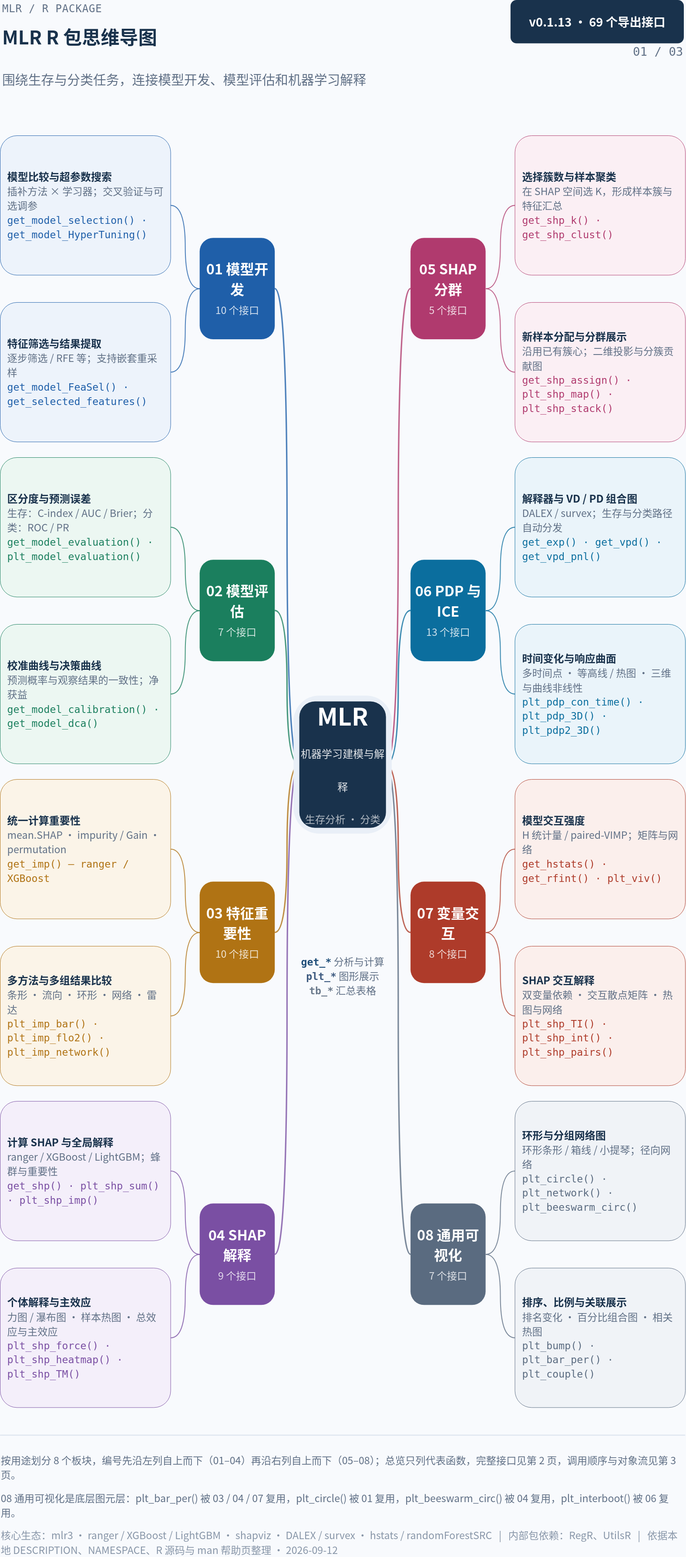
The draw.io diagram assets/module-maps/mlr/mlr-package-mindmap-p1.drawio.svg in HUI950319/Rnotes, before a commit. Source tidied: cells renumbered, new cells last; positions are measured from the earlier drawing's top-left corner, leaving out a move shared by most shapes.
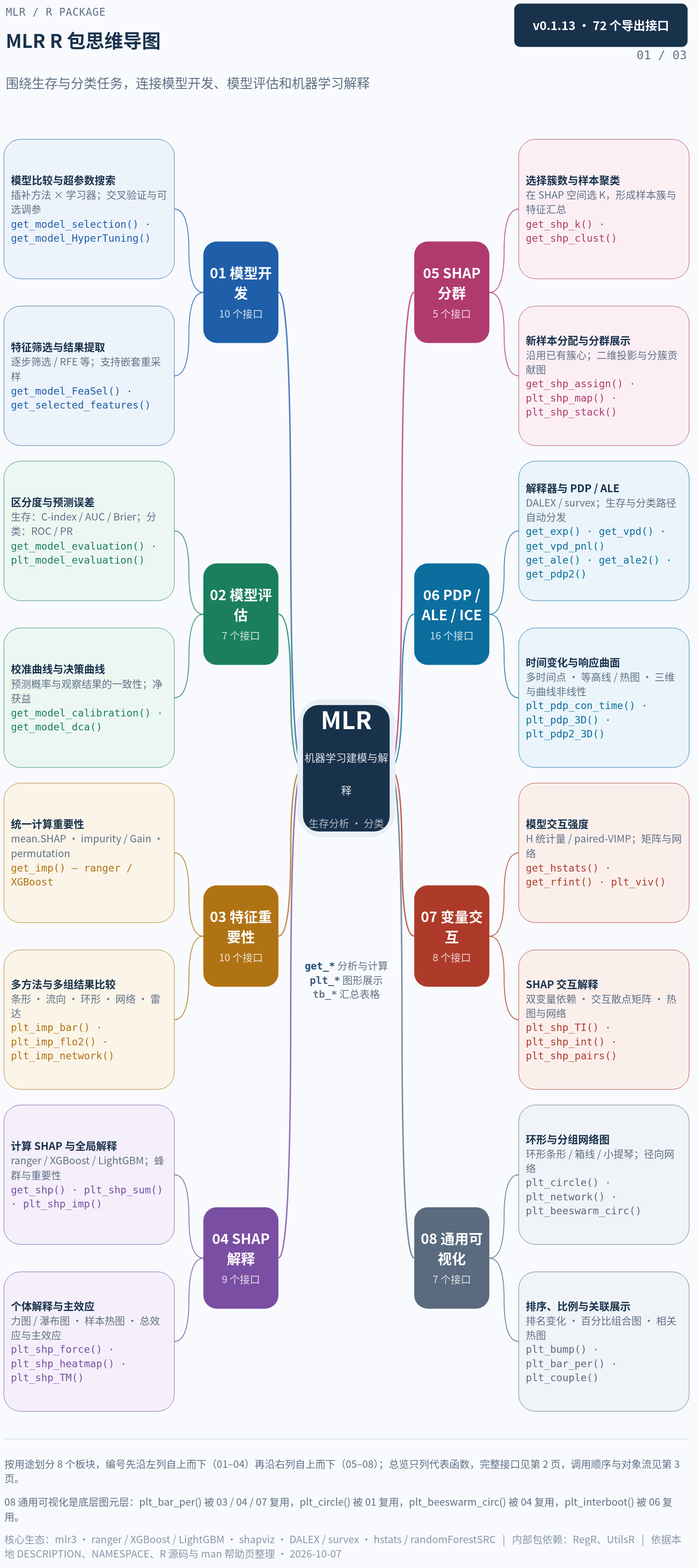
The same file after the commit.

Change to the diagram source:
```diff
@@ -11,7 +11,7 @@
     <mxCell id="4" value="&lt;div style=&quot;overflow-wrap:anywhere;text-align:left;line-height:1.35;&quot;&gt;&lt;span style=&quot;font-family:'Microsoft YaHei','PingFang SC','Hiragino Sans GB','Noto Sans CJK SC',sans-serif;font-size:36px;color:#607086;font-weight:400&quot;&gt;围绕生存与分类任务，连接模型开发、模型评估和机器学习解释&lt;/span&gt;&lt;/div&gt;" style="text=1;html=1;whiteSpace=wrap;strokeColor=none;fillColor=none;align=left;verticalAlign=middle;fontFamily=Microsoft YaHei;fontSize=36;fontColor=#607086;" parent="1" vertex="1">
       <mxGeometry x="4" y="165" width="1890" height="110" as="geometry" />
     </mxCell>
-    <mxCell id="5" value="&lt;div style=&quot;overflow-wrap:anywhere;text-align:center;line-height:1.35;&quot;&gt;&lt;span style=&quot;font-family:'Microsoft YaHei','PingFang SC','Hiragino Sans GB','Noto Sans CJK SC',sans-serif;font-size:33px;color:#FFFFFF;font-weight:700&quot;&gt;v0.1.13 · 69 个导出接口&lt;/span&gt;&lt;/div&gt;" style="rounded=1;arcSize=14;whiteSpace=wrap;html=1;fillColor=#19324C;strokeColor=none;fontFamily=Microsoft YaHei;fontSize=33;fontColor=#FFFFFF;align=center;verticalAlign=middle;fontStyle=1;" parent="1" vertex="1">
+    <mxCell id="5" value="&lt;div style=&quot;overflow-wrap:anywhere;text-align:center;line-height:1.35;&quot;&gt;&lt;span style=&quot;font-family:'Microsoft YaHei','PingFang SC','Hiragino Sans GB','Noto Sans CJK SC',sans-serif;font-size:33px;color:#FFFFFF;font-weight:700&quot;&gt;v0.1.13 · 72 个导出接口&lt;/span&gt;&lt;/div&gt;" style="rounded=1;arcSize=14;whiteSpace=wrap;html=1;fillColor=#19324C;strokeColor=none;fontFamily=Microsoft YaHei;fontSize=33;fontColor=#FFFFFF;align=center;verticalAlign=middle;fontStyle=1;" parent="1" vertex="1">
       <mxGeometry x="1414" width="480" height="120" as="geometry" />
     </mxCell>
     <mxCell id="6" value="&lt;div style=&quot;overflow-wrap:anywhere;text-align:right;line-height:1.35;&quot;&gt;&lt;span style=&quot;font-family:Consolas,'SF Mono',Menlo,'DejaVu Sans Mono',monospace;font-size:33px;color:#607086;font-weight:400&quot;&gt;01 / 03&lt;/span&gt;&lt;/div&gt;" style="text=1;html=1;whiteSpace=wrap;strokeColor=none;fillColor=none;align=right;verticalAlign=middle;fontFamily=Consolas;fontSize=33;fontColor=#607086;" parent="1" vertex="1">
@@ -110,13 +110,13 @@
     <mxCell id="37" style="edgeStyle=orthogonalEdgeStyle;rounded=1;curved=1;html=1;endArrow=none;strokeColor=#0B6E9E;strokeWidth=4;opacity=78;exitX=1;exitY=0.5;exitDx=0;exitDy=0;entryX=0;entryY=0.5;entryDx=0;entryDy=0;" parent="1" edge="1" source="56" target="38">
       <mxGeometry relative="1" as="geometry" />
     </mxCell>
-    <mxCell id="38" value="&lt;div style=&quot;overflow-wrap:anywhere;text-align:center;line-height:1.35;&quot;&gt;&lt;span style=&quot;font-family:'Microsoft YaHei','PingFang SC','Hiragino Sans GB','Noto Sans CJK SC',sans-serif;font-size:39px;color:#FFFFFF;font-weight:700&quot;&gt;06 PDP 与 ICE&lt;/span&gt;&lt;/div&gt;&lt;div style=&quot;text-align:center;line-height:1.35;&quot;&gt;&lt;span style=&quot;font-family:'Microsoft YaHei','PingFang SC','Hiragino Sans GB','Noto Sans CJK SC',sans-serif;font-size:28px;color:#FFFFFFCC;font-weight:400&quot;&gt;13 个接口&lt;/span&gt;&lt;/div&gt;" style="rounded=1;arcSize=18;whiteSpace=wrap;html=1;fillColor=#0B6E9E;strokeColor=none;fontFamily=Microsoft YaHei;fontSize=39;fontColor=#FFFFFF;align=center;verticalAlign=middle;fontStyle=1;" parent="1" vertex="1">
+    <mxCell id="38" value="&lt;div style=&quot;overflow-wrap:anywhere;text-align:center;line-height:1.35;&quot;&gt;&lt;span style=&quot;font-family:'Microsoft YaHei','PingFang SC','Hiragino Sans GB','Noto Sans CJK SC',sans-serif;font-size:39px;color:#FFFFFF;font-weight:700&quot;&gt;06 PDP / ALE / ICE&lt;/span&gt;&lt;/div&gt;&lt;div style=&quot;text-align:center;line-height:1.35;&quot;&gt;&lt;span style=&quot;font-family:'Microsoft YaHei','PingFang SC','Hiragino Sans GB','Noto Sans CJK SC',sans-serif;font-size:28px;color:#FFFFFFCC;font-weight:400&quot;&gt;16 个接口&lt;/span&gt;&lt;/div&gt;" style="rounded=1;arcSize=18;whiteSpace=wrap;html=1;fillColor=#0B6E9E;strokeColor=none;fontFamily=Microsoft YaHei;fontSize=39;fontColor=#FFFFFF;align=center;verticalAlign=middle;fontStyle=1;" parent="1" vertex="1">
       <mxGeometry x="1137" y="1549.5" width="208" height="280.8" as="geometry" />
     </mxCell>
     <mxCell id="39" style="edgeStyle=orthogonalEdgeStyle;rounded=1;curved=1;html=1;endArrow=none;strokeColor=#0B6E9E;strokeWidth=2.5;opacity=78;exitX=1;exitY=0.5;exitDx=0;exitDy=0;entryX=0;entryY=0.5;entryDx=0;entryDy=0;" parent="1" edge="1" source="38" target="40">
       <mxGeometry relative="1" as="geometry" />
     </mxCell>
-    <mxCell id="40" value="&lt;div style=&quot;overflow-wrap:anywhere;text-align:left;line-height:1.35;&quot;&gt;&lt;span style=&quot;font-family:'Microsoft YaHei','PingFang SC','Hiragino Sans GB','Noto Sans CJK SC',sans-serif;font-size:29px;color:#19324C;font-weight:700&quot;&gt;解释器与 VD / PD 组合图&lt;/span&gt;&lt;/div&gt;&lt;div style=&quot;text-align:left;line-height:1.35;&quot;&gt;&lt;span style=&quot;font-family:'Microsoft YaHei','PingFang SC','Hiragino Sans GB','Noto Sans CJK SC',sans-serif;font-size:28px;color:#607086;font-weight:400&quot;&gt;DALEX / survex；生存与分类路径自动分发&lt;/span&gt;&lt;/div&gt;&lt;div style=&quot;text-align:left;line-height:1.35;&quot;&gt;&lt;span style=&quot;font-family:Consolas,'SF Mono',Menlo,'DejaVu Sans Mono',monospace;font-size:28px;color:#0B6E9E;font-weight:400&quot;&gt;get_exp() · get_vpd() · get_vpd_pnl()&lt;/span&gt;&lt;/div&gt;" style="rounded=1;arcSize=12;whiteSpace=wrap;html=1;fillColor=#EAF4FA;strokeColor=#0B6E9E;strokeWidth=1.15;fontFamily=Microsoft YaHei;fontSize=29;fontColor=#19324C;align=left;verticalAlign=middle;spacingLeft=18;spacingRight=14;" parent="1" vertex="1">
+    <mxCell id="40" value="&lt;div style=&quot;overflow-wrap:anywhere;text-align:left;line-height:1.35;&quot;&gt;&lt;span style=&quot;font-family:'Microsoft YaHei','PingFang SC','Hiragino Sans GB','Noto Sans CJK SC',sans-serif;font-size:29px;color:#19324C;font-weight:700&quot;&gt;解释器与 PDP / ALE&lt;/span&gt;&lt;/div&gt;&lt;div style=&quot;text-align:left;line-height:1.35;&quot;&gt;&lt;span style=&quot;font-family:'Microsoft YaHei','PingFang SC','Hiragino Sans GB','Noto Sans CJK SC',sans-serif;font-size:28px;color:#607086;font-weight:400&quot;&gt;DALEX / survex；生存与分类路径自动分发&lt;/span&gt;&lt;/div&gt;&lt;div style=&quot;text-align:left;line-height:1.35;&quot;&gt;&lt;span style=&quot;font-family:Consolas,'SF Mono',Menlo,'DejaVu Sans Mono',monospace;font-size:28px;color:#0B6E9E;font-weight:400&quot;&gt;get_exp() · get_vpd() · get_vpd_pnl()&lt;br&gt;get_ale() · get_ale2() · get_pdp2()&lt;/span&gt;&lt;/div&gt;" style="rounded=1;arcSize=12;whiteSpace=wrap;html=1;fillColor=#EAF4FA;strokeColor=#0B6E9E;strokeWidth=1.15;fontFamily=Microsoft YaHei;fontSize=29;fontColor=#19324C;align=left;verticalAlign=middle;spacingLeft=18;spacingRight=14;" parent="1" vertex="1">
       <mxGeometry x="1425.8" y="1266" width="472" height="386.1" as="geometry" />
     </mxCell>
     <mxCell id="41" style="edgeStyle=orthogonalEdgeStyle;rounded=1;curved=1;html=1;endArrow=none;strokeColor=#0B6E9E;strokeWidth=2.5;opacity=78;exitX=1;exitY=0.5;exitDx=0;exitDy=0;entryX=0;entryY=0.5;entryDx=0;entryDy=0;" parent="1" edge="1" source="38" target="42">
@@ -179,7 +179,7 @@
     <mxCell id="60" value="&lt;div style=&quot;overflow-wrap:anywhere;text-align:left;line-height:1.35;&quot;&gt;&lt;span style=&quot;font-family:'Microsoft YaHei','PingFang SC','Hiragino Sans GB','Noto Sans CJK SC',sans-serif;font-size:28px;color:#607086;font-weight:400&quot;&gt;08 通用可视化是底层图元层：plt_bar_per() 被 03 / 04 / 07 复用，plt_circle() 被 01 复用，plt_beeswarm_circ() 被 04 复用，plt_interboot() 被 06 复用。&lt;/span&gt;&lt;/div&gt;" style="text=1;html=1;whiteSpace=wrap;strokeColor=none;fillColor=none;align=left;verticalAlign=middle;fontFamily=Microsoft YaHei;fontSize=28;fontColor=#607086;" parent="1" vertex="1">
       <mxGeometry x="0.2" y="4125.3" width="1880" height="83.7" as="geometry" />
     </mxCell>
-    <mxCell id="61" value="&lt;div style=&quot;overflow-wrap:anywhere;text-align:left;line-height:1.35;&quot;&gt;&lt;span style=&quot;font-family:'Microsoft YaHei','PingFang SC','Hiragino Sans GB','Noto Sans CJK SC',sans-serif;font-size:28px;color:#8896A8;font-weight:400&quot;&gt;核心生态：mlr3 · ranger / XGBoost / LightGBM · shapviz · DALEX / survex · hstats / randomForestSRC   |   内部包依赖：RegR、UtilsR   |   依据本地 DESCRIPTION、NAMESPACE、R 源码与 man 帮助页整理 · 2026-09-12&lt;/span&gt;&lt;/div&gt;" style="text=1;html=1;whiteSpace=wrap;strokeColor=none;fillColor=none;align=left;verticalAlign=middle;fontFamily=Microsoft YaHei;fontSize=28;fontColor=#8896A8;" parent="1" vertex="1">
+    <mxCell id="61" value="&lt;div style=&quot;overflow-wrap:anywhere;text-align:left;line-height:1.35;&quot;&gt;&lt;span style=&quot;font-family:'Microsoft YaHei','PingFang SC','Hiragino Sans GB','Noto Sans CJK SC',sans-serif;font-size:28px;color:#8896A8;font-weight:400&quot;&gt;核心生态：mlr3 · ranger / XGBoost / LightGBM · shapviz · DALEX / survex · hstats / randomForestSRC   |   内部包依赖：RegR、UtilsR   |   依据本地 DESCRIPTION、NAMESPACE、R 源码与 man 帮助页整理 · 2026-10-07&lt;/span&gt;&lt;/div&gt;" style="text=1;html=1;whiteSpace=wrap;strokeColor=none;fillColor=none;align=left;verticalAlign=middle;fontFamily=Microsoft YaHei;fontSize=28;fontColor=#8896A8;" parent="1" vertex="1">
       <mxGeometry x="0.2" y="4230.6" width="1880" height="78.3" as="geometry" />
     </mxCell>
   </root>
```
